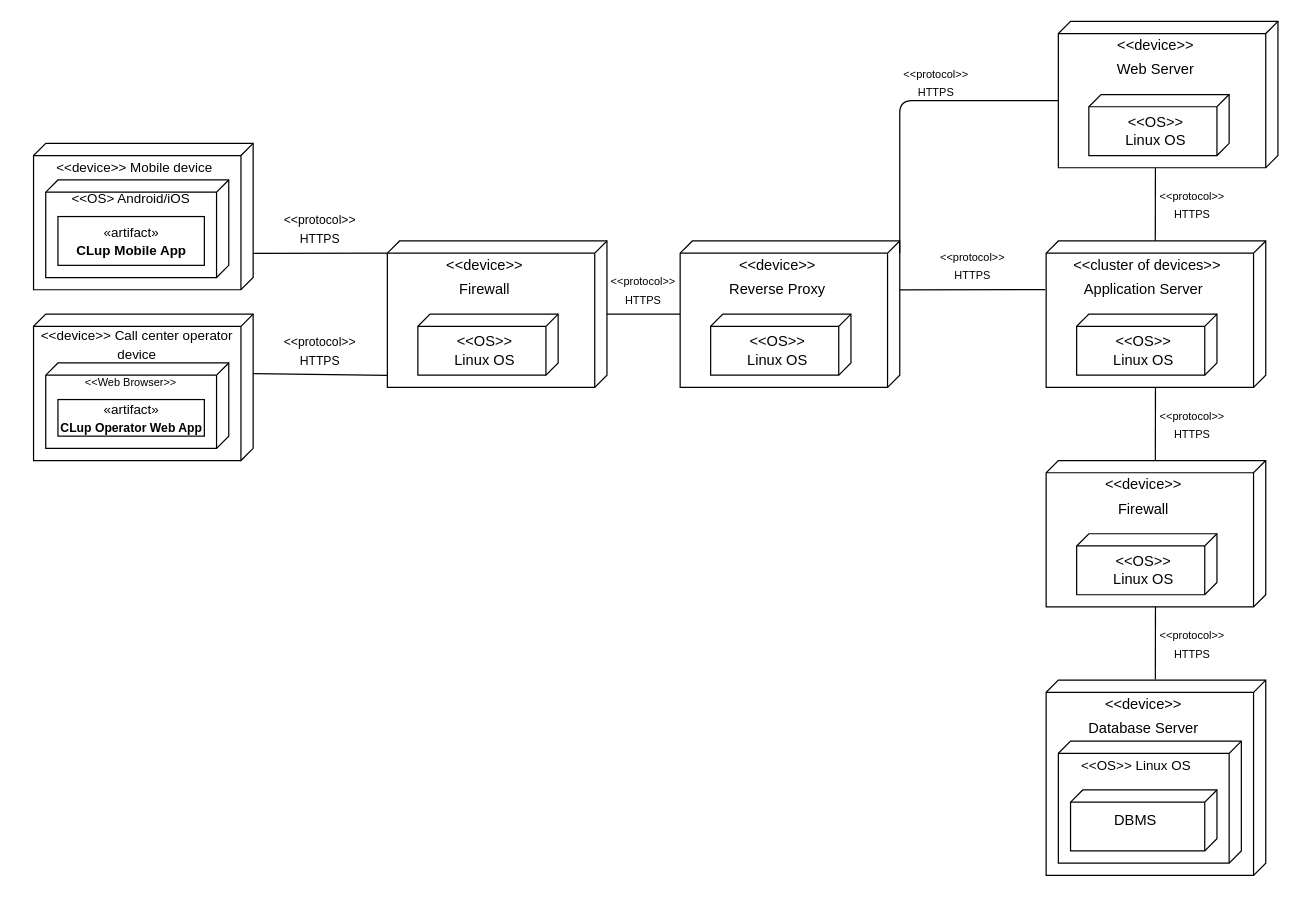
Above: DD/Deployment View diagram/deployment diagram.drawio in CosimoSguanci/SguanciSpataforaVergani-RASD-DD-ingsw2 (draw.io), before the change. Source tidied: cells renumbered, new cells numbered last; positions are measured from the earlier drawing's top-left corner, leaving out a move shared by most shapes. Both pictures are drawn from the tidied source at 122%, with x=0, y=0 at pixel (21, 21).
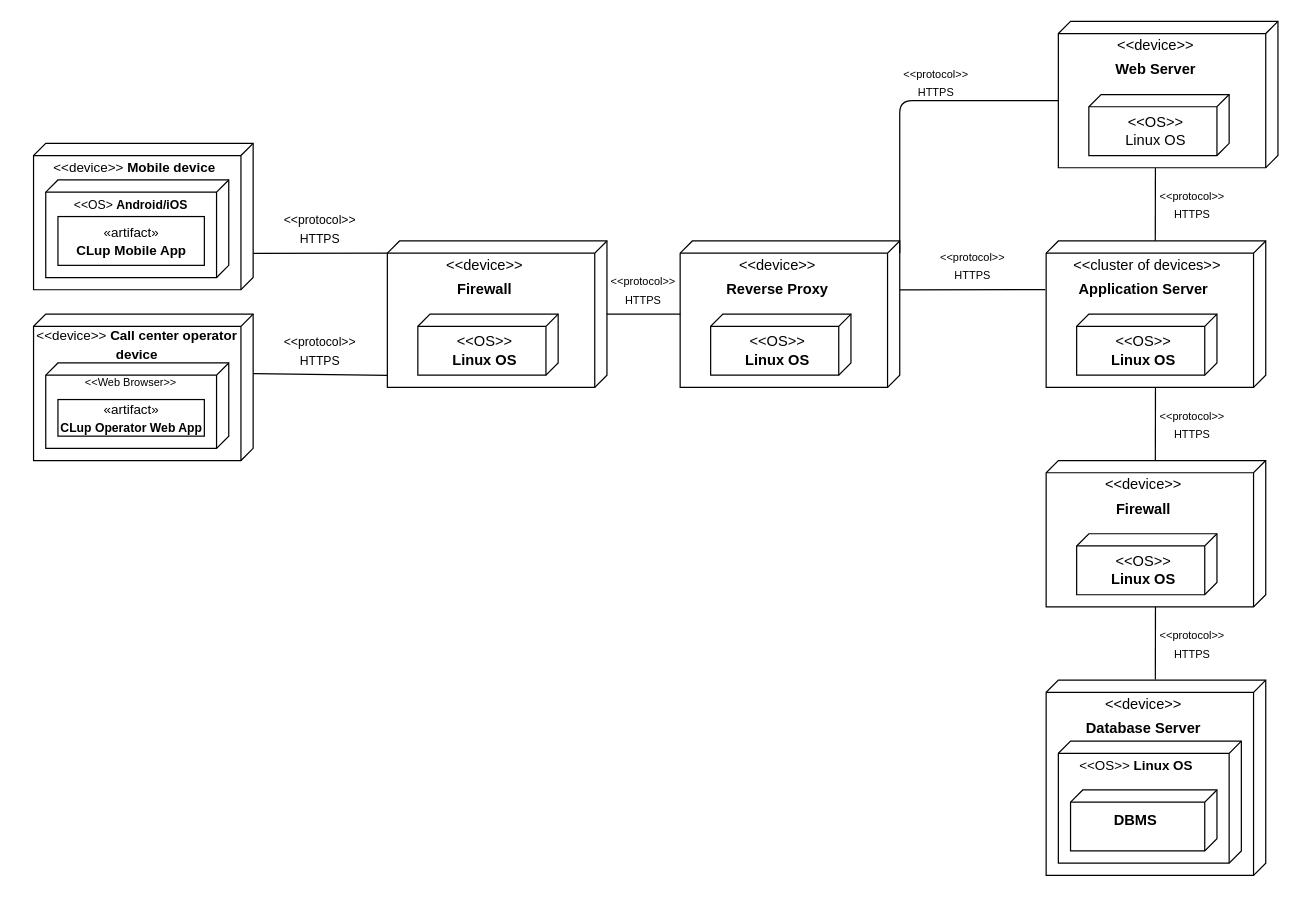
Above is the later version.

Commit message (it also covers changes not shown here):
updated deployment view

The change refers to these unchanged cells:
```xml
<mxCell id="2" style="group;" parent="1" vertex="1">
  <mxGeometry x="10" y="100" width="180" height="120" as="geometry" />
</mxCell>
<mxCell id="8" style="group;" parent="1" vertex="1">
  <mxGeometry x="300" y="180" width="180" height="120" as="geometry" />
</mxCell>
<mxCell id="19" style="group;" parent="1" vertex="1">
  <mxGeometry x="540" y="180" width="180" height="120" as="geometry" />
</mxCell>
<mxCell id="28" style="group;" parent="1" vertex="1">
  <mxGeometry x="840" y="180" width="180" height="120" as="geometry" />
</mxCell>
<mxCell id="34" style="group;" parent="1" vertex="1">
  <mxGeometry x="850" width="180" height="120" as="geometry" />
</mxCell>
<mxCell id="47" style="group;" parent="1" vertex="1">
  <mxGeometry x="840" y="360" width="180" height="120" as="geometry" />
</mxCell>
<mxCell id="55" style="group;" parent="1" vertex="1">
  <mxGeometry x="840" y="540" width="180" height="160" as="geometry" />
</mxCell>
<mxCell id="61" style="group;" parent="55" vertex="1">
  <mxGeometry x="20" y="90" width="120" height="50" as="geometry" />
</mxCell>
<mxCell id="67" style="group;" parent="1" vertex="1">
  <mxGeometry x="10" y="240" width="180" height="120" as="geometry" />
</mxCell>
```

Change to the diagram source:
```diff
@@
-    <mxCell id="5" value="&lt;font style=&quot;font-size: 11px&quot;&gt;&amp;lt;&amp;lt;OS&amp;gt; Android/iOS&lt;/font&gt;" style="text;html=1;strokeColor=none;fillColor=none;align=center;verticalAlign=middle;whiteSpace=wrap;rounded=0;" parent="2" vertex="1">
-      <mxGeometry x="10" y="40" width="140" height="10" as="geometry" />
+    <mxCell id="5" value="&lt;font style=&quot;font-size: 10px&quot;&gt;&amp;lt;&amp;lt;OS&amp;gt; &lt;b&gt;Android/iOS&lt;/b&gt;&lt;/font&gt;" style="text;html=1;strokeColor=none;fillColor=none;align=center;verticalAlign=middle;whiteSpace=wrap;rounded=0;" parent="2" vertex="1">
+      <mxGeometry x="10" y="40" width="140" height="20" as="geometry" />
     </mxCell>
-    <mxCell id="6" value="&lt;font style=&quot;font-size: 11px&quot;&gt;&amp;lt;&amp;lt;device&amp;gt;&amp;gt; Mobile device&lt;/font&gt;" style="text;html=1;strokeColor=none;fillColor=none;align=center;verticalAlign=middle;whiteSpace=wrap;rounded=0;" parent="2" vertex="1">
+    <mxCell id="6" value="&lt;font style=&quot;font-size: 11px&quot;&gt;&amp;lt;&amp;lt;device&amp;gt;&amp;gt; &lt;b&gt;Mobile device&lt;/b&gt;&lt;/font&gt;" style="text;html=1;strokeColor=none;fillColor=none;align=center;verticalAlign=middle;whiteSpace=wrap;rounded=0;" parent="2" vertex="1">
       <mxGeometry x="7.5" y="10" width="150" height="20" as="geometry" />
     </mxCell>
@@
-    <mxCell id="11" value="Firewall" style="text;html=1;strokeColor=none;fillColor=none;align=center;verticalAlign=middle;whiteSpace=wrap;rounded=0;" parent="8" vertex="1">
+    <mxCell id="11" value="&lt;b&gt;Firewall&lt;/b&gt;" style="text;html=1;strokeColor=none;fillColor=none;align=center;verticalAlign=middle;whiteSpace=wrap;rounded=0;" parent="8" vertex="1">
       <mxGeometry x="25" y="30" width="110" height="20" as="geometry" />
     </mxCell>
@@
-    <mxCell id="13" value="&amp;lt;&amp;lt;OS&amp;gt;&amp;gt;&lt;br&gt;Linux OS" style="text;html=1;strokeColor=none;fillColor=none;align=center;verticalAlign=middle;whiteSpace=wrap;rounded=0;" parent="8" vertex="1">
+    <mxCell id="13" value="&amp;lt;&amp;lt;OS&amp;gt;&amp;gt;&lt;br&gt;&lt;b&gt;Linux OS&lt;/b&gt;" style="text;html=1;strokeColor=none;fillColor=none;align=center;verticalAlign=middle;whiteSpace=wrap;rounded=0;" parent="8" vertex="1">
       <mxGeometry x="51.2" y="80" width="57.5" height="20" as="geometry" />
     </mxCell>
@@
-    <mxCell id="22" value="Reverse Proxy" style="text;html=1;strokeColor=none;fillColor=none;align=center;verticalAlign=middle;whiteSpace=wrap;rounded=0;" parent="19" vertex="1">
+    <mxCell id="22" value="&lt;b&gt;Reverse Proxy&lt;/b&gt;" style="text;html=1;strokeColor=none;fillColor=none;align=center;verticalAlign=middle;whiteSpace=wrap;rounded=0;" parent="19" vertex="1">
       <mxGeometry x="25" y="30" width="110" height="20" as="geometry" />
     </mxCell>
@@
-    <mxCell id="24" value="&amp;lt;&amp;lt;OS&amp;gt;&amp;gt;&lt;br&gt;Linux OS" style="text;html=1;strokeColor=none;fillColor=none;align=center;verticalAlign=middle;whiteSpace=wrap;rounded=0;" parent="19" vertex="1">
+    <mxCell id="24" value="&amp;lt;&amp;lt;OS&amp;gt;&amp;gt;&lt;br&gt;&lt;b&gt;Linux OS&lt;/b&gt;" style="text;html=1;strokeColor=none;fillColor=none;align=center;verticalAlign=middle;whiteSpace=wrap;rounded=0;" parent="19" vertex="1">
       <mxGeometry x="51.2" y="80" width="57.5" height="20" as="geometry" />
     </mxCell>
@@
-    <mxCell id="31" value="Application Server" style="text;html=1;strokeColor=none;fillColor=none;align=center;verticalAlign=middle;whiteSpace=wrap;rounded=0;" parent="28" vertex="1">
+    <mxCell id="31" value="&lt;b&gt;Application Server&lt;/b&gt;" style="text;html=1;strokeColor=none;fillColor=none;align=center;verticalAlign=middle;whiteSpace=wrap;rounded=0;" parent="28" vertex="1">
       <mxGeometry x="25" y="30" width="110" height="20" as="geometry" />
     </mxCell>
@@
-    <mxCell id="33" value="&amp;lt;&amp;lt;OS&amp;gt;&amp;gt;&lt;br&gt;Linux OS" style="text;html=1;strokeColor=none;fillColor=none;align=center;verticalAlign=middle;whiteSpace=wrap;rounded=0;" parent="28" vertex="1">
+    <mxCell id="33" value="&amp;lt;&amp;lt;OS&amp;gt;&amp;gt;&lt;br&gt;&lt;b&gt;Linux OS&lt;/b&gt;" style="text;html=1;strokeColor=none;fillColor=none;align=center;verticalAlign=middle;whiteSpace=wrap;rounded=0;" parent="28" vertex="1">
       <mxGeometry x="51.2" y="80" width="57.5" height="20" as="geometry" />
     </mxCell>
@@
-    <mxCell id="37" value="Web Server" style="text;html=1;strokeColor=none;fillColor=none;align=center;verticalAlign=middle;whiteSpace=wrap;rounded=0;" parent="34" vertex="1">
+    <mxCell id="37" value="&lt;b&gt;Web Server&lt;/b&gt;" style="text;html=1;strokeColor=none;fillColor=none;align=center;verticalAlign=middle;whiteSpace=wrap;rounded=0;" parent="34" vertex="1">
       <mxGeometry x="25" y="30" width="110" height="20" as="geometry" />
     </mxCell>
@@
-    <mxCell id="50" value="Firewall" style="text;html=1;strokeColor=none;fillColor=none;align=center;verticalAlign=middle;whiteSpace=wrap;rounded=0;" parent="47" vertex="1">
+    <mxCell id="50" value="&lt;b&gt;Firewall&lt;/b&gt;" style="text;html=1;strokeColor=none;fillColor=none;align=center;verticalAlign=middle;whiteSpace=wrap;rounded=0;" parent="47" vertex="1">
       <mxGeometry x="25" y="30" width="110" height="20" as="geometry" />
     </mxCell>
@@
-    <mxCell id="52" value="&amp;lt;&amp;lt;OS&amp;gt;&amp;gt;&lt;br&gt;Linux OS" style="text;html=1;strokeColor=none;fillColor=none;align=center;verticalAlign=middle;whiteSpace=wrap;rounded=0;" parent="47" vertex="1">
+    <mxCell id="52" value="&amp;lt;&amp;lt;OS&amp;gt;&amp;gt;&lt;br&gt;&lt;b&gt;Linux OS&lt;/b&gt;" style="text;html=1;strokeColor=none;fillColor=none;align=center;verticalAlign=middle;whiteSpace=wrap;rounded=0;" parent="47" vertex="1">
       <mxGeometry x="51.2" y="80" width="57.5" height="20" as="geometry" />
     </mxCell>
@@
-    <mxCell id="58" value="Database Server" style="text;html=1;strokeColor=none;fillColor=none;align=center;verticalAlign=middle;whiteSpace=wrap;rounded=0;" parent="55" vertex="1">
+    <mxCell id="58" value="&lt;b&gt;Database Server&lt;/b&gt;" style="text;html=1;strokeColor=none;fillColor=none;align=center;verticalAlign=middle;whiteSpace=wrap;rounded=0;" parent="55" vertex="1">
       <mxGeometry x="25" y="30" width="110" height="20" as="geometry" />
     </mxCell>
@@
-    <mxCell id="60" value="&lt;font style=&quot;font-size: 11px&quot;&gt;&amp;lt;&amp;lt;OS&amp;gt;&amp;gt; Linux OS&lt;/font&gt;" style="text;html=1;strokeColor=none;fillColor=none;align=center;verticalAlign=middle;whiteSpace=wrap;rounded=0;" parent="55" vertex="1">
+    <mxCell id="60" value="&lt;font style=&quot;font-size: 11px&quot;&gt;&amp;lt;&amp;lt;OS&amp;gt;&amp;gt; &lt;b&gt;Linux OS&lt;/b&gt;&lt;/font&gt;" style="text;html=1;strokeColor=none;fillColor=none;align=center;verticalAlign=middle;whiteSpace=wrap;rounded=0;" parent="55" vertex="1">
       <mxGeometry y="60" width="148" height="20" as="geometry" />
     </mxCell>
@@
-    <mxCell id="63" value="DBMS" style="text;html=1;strokeColor=none;fillColor=none;align=center;verticalAlign=middle;whiteSpace=wrap;rounded=0;" parent="61" vertex="1">
+    <mxCell id="63" value="&lt;b&gt;DBMS&lt;/b&gt;" style="text;html=1;strokeColor=none;fillColor=none;align=center;verticalAlign=middle;whiteSpace=wrap;rounded=0;" parent="61" vertex="1">
       <mxGeometry x="26.7" y="16.7" width="53.3" height="16.7" as="geometry" />
     </mxCell>
@@
-    <mxCell id="71" value="&lt;font style=&quot;font-size: 11px&quot;&gt;&amp;lt;&amp;lt;device&amp;gt;&amp;gt; Call center operator device&lt;/font&gt;" style="text;html=1;strokeColor=none;fillColor=none;align=center;verticalAlign=middle;whiteSpace=wrap;rounded=0;" parent="67" vertex="1">
+    <mxCell id="71" value="&lt;font style=&quot;font-size: 11px&quot;&gt;&amp;lt;&amp;lt;device&amp;gt;&amp;gt; &lt;b&gt;Call center operator device&lt;/b&gt;&lt;/font&gt;" style="text;html=1;strokeColor=none;fillColor=none;align=center;verticalAlign=middle;whiteSpace=wrap;rounded=0;" parent="67" vertex="1">
       <mxGeometry x="-10" y="20" width="190" height="10" as="geometry" />
     </mxCell>
```
